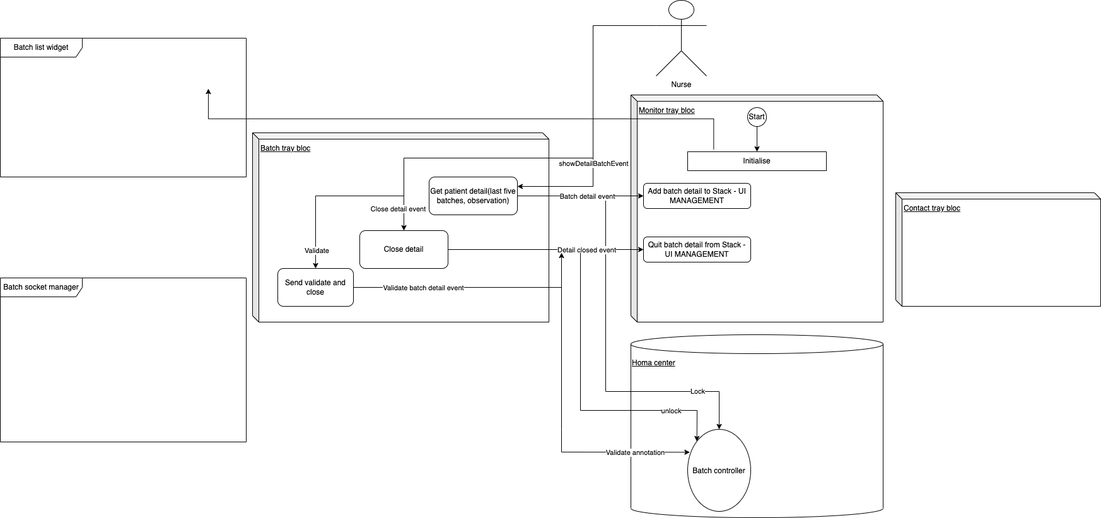
aprilcao221/Digrams keeps this draw.io diagram as images/Untitled Diagram.drawio.png. Above is the earlier version. Source tidied: cells renumbered, new cells last; positions are measured from the earlier drawing's top-left corner, leaving out a move shared by most shapes.
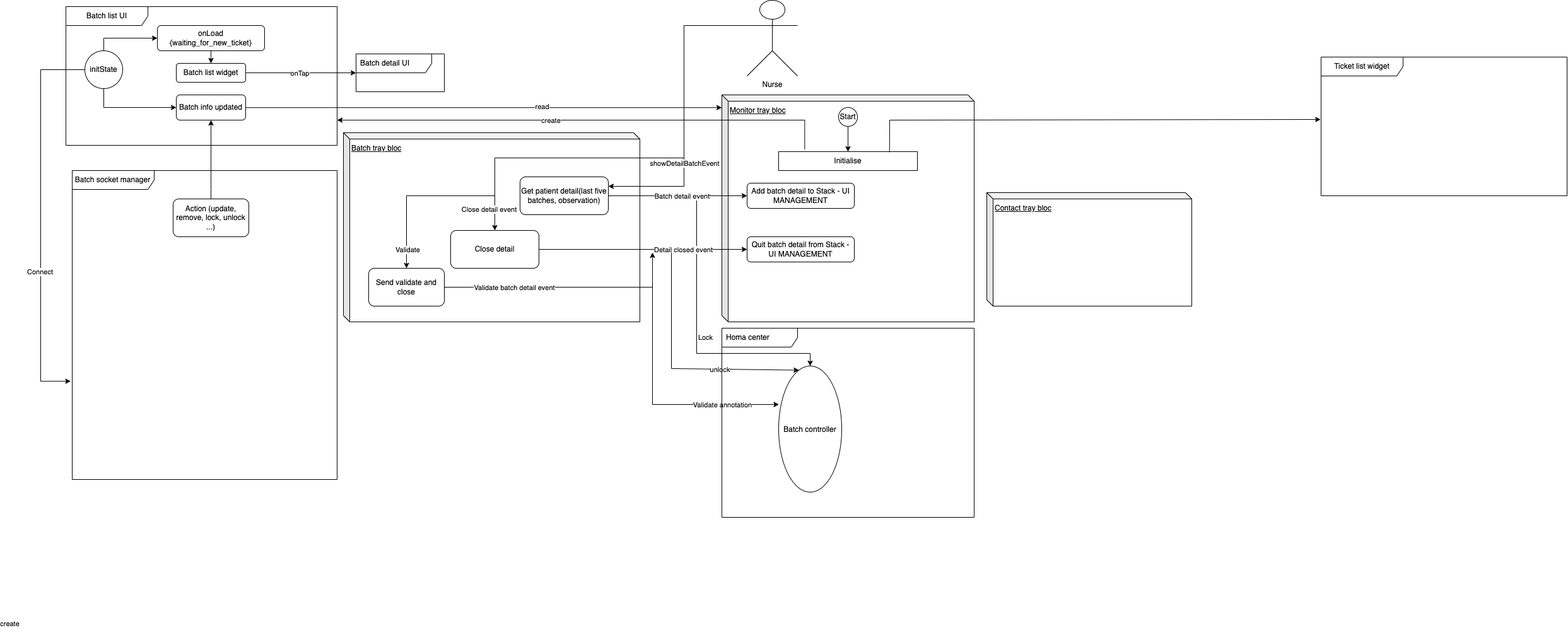
The same file after the commit.

Diff of the diagram source:
```diff
@@ -2,18 +2,33 @@
   <root>
     <mxCell id="0" />
     <mxCell id="1" parent="0" />
+    <mxCell id="10" style="edgeStyle=elbowEdgeStyle;rounded=0;comic=0;jettySize=auto;elbow=vertical;html=1;shadow=0;exitX=0.188;exitY=-0.126;exitDx=0;exitDy=0;exitPerimeter=0;" parent="1" edge="1" source="11" target="31">
+      <mxGeometry relative="1" as="geometry">
+        <Array as="points">
+          <mxPoint x="890" y="190" />
+        </Array>
+      </mxGeometry>
+    </mxCell>
+    <mxCell id="37" value="create" style="edgeLabel;html=1;align=center;verticalAlign=middle;" parent="10" vertex="1">
+      <mxGeometry x="-0.04" y="-2" relative="1" as="geometry">
+        <mxPoint x="-931" y="800" as="offset" />
+      </mxGeometry>
+    </mxCell>
+    <mxCell id="38" value="create" style="edgeLabel;html=1;align=center;verticalAlign=middle;" parent="10" vertex="1">
+      <mxGeometry x="0.14" relative="1" as="geometry" />
+    </mxCell>
     <mxCell id="2" style="endArrow=classic;html=1;entryX=0.5;entryY=0;entryDx=0;entryDy=0;rounded=0;shadow=0;comic=0;enumerate=0;" parent="1" edge="1" target="36">
       <mxGeometry relative="1" as="geometry">
         <mxPoint x="960" y="310" as="sourcePoint" />
         <Array as="points">
-          <mxPoint x="960" y="620" />
-          <mxPoint x="1140" y="620" />
+          <mxPoint x="960" y="560" />
+          <mxPoint x="1140" y="560" />
         </Array>
       </mxGeometry>
     </mxCell>
     <mxCell id="3" value="Lock" style="edgeLabel;html=1;align=center;verticalAlign=middle;" parent="2" vertex="1">
       <mxGeometry x="0.89" y="1" relative="1" as="geometry">
-        <mxPoint x="-36" y="-29" as="offset" />
+        <mxPoint x="-161" y="-25" as="offset" />
       </mxGeometry>
     </mxCell>
     <mxCell id="4" value="&lt;u&gt;Batch tray bloc&lt;/u&gt;" style="shape=cube;whiteSpace=wrap;html=1;boundedLbl=1;backgroundOutline=1;darkOpacity=0.05;darkOpacity2=0.1;size=10;align=left;verticalAlign=top;fillColor=none;gradientColor=none;" parent="1" vertex="1">
@@ -41,9 +56,6 @@
     <mxCell id="9" value="Monitor tray bloc" style="shape=cube;whiteSpace=wrap;html=1;boundedLbl=1;backgroundOutline=1;darkOpacity=0.05;darkOpacity2=0.1;fillColor=none;gradientColor=none;verticalAlign=top;align=left;fontStyle=4;size=10;" parent="1" vertex="1">
       <mxGeometry x="1000" y="150" width="400" height="360" as="geometry" />
     </mxCell>
-    <mxCell id="10" style="edgeStyle=elbowEdgeStyle;rounded=0;comic=0;jettySize=auto;elbow=vertical;html=1;entryX=0.846;entryY=0.364;entryDx=0;entryDy=0;entryPerimeter=0;shadow=0;exitX=0.188;exitY=-0.126;exitDx=0;exitDy=0;exitPerimeter=0;" parent="1" edge="1" source="11" target="31">
-      <mxGeometry relative="1" as="geometry" />
-    </mxCell>
     <mxCell id="11" value="Initialise" style="rounded=0;whiteSpace=wrap;html=1;fillColor=none;gradientColor=none;" parent="1" vertex="1">
       <mxGeometry x="1090" y="240" width="220" height="30" as="geometry" />
     </mxCell>
@@ -56,10 +68,10 @@
       <mxGeometry x="1185" y="170" width="30" height="30" as="geometry" />
     </mxCell>
     <mxCell id="14" value="Add batch detail to Stack - UI MANAGEMENT" style="rounded=1;whiteSpace=wrap;html=1;" parent="1" vertex="1">
-      <mxGeometry x="1020" y="290" width="170" height="40" as="geometry" />
+      <mxGeometry x="1040" y="290" width="170" height="40" as="geometry" />
     </mxCell>
     <mxCell id="15" value="Quit batch detail from Stack - UI MANAGEMENT" style="rounded=1;whiteSpace=wrap;html=1;" parent="1" vertex="1">
-      <mxGeometry x="1020" y="375" width="170" height="40" as="geometry" />
+      <mxGeometry x="1040" y="375" width="170" height="40" as="geometry" />
     </mxCell>
     <mxCell id="16" style="edgeStyle=orthogonalEdgeStyle;rounded=0;jettySize=auto;html=1;entryX=0;entryY=0.5;entryDx=0;entryDy=0;" parent="1" edge="1" source="18" target="14">
       <mxGeometry relative="1" as="geometry" />
@@ -83,9 +95,6 @@
     <mxCell id="21" value="Close detail" style="rounded=1;whiteSpace=wrap;html=1;fillColor=none;gradientColor=none;" parent="1" vertex="1">
       <mxGeometry x="570" y="365" width="140" height="60" as="geometry" />
     </mxCell>
-    <mxCell id="22" value="&lt;u&gt;Homa center&lt;/u&gt;" style="shape=cylinder3;whiteSpace=wrap;html=1;boundedLbl=1;backgroundOutline=1;size=15;fillColor=none;gradientColor=none;verticalAlign=top;align=left;" parent="1" vertex="1">
-      <mxGeometry x="1000" y="530" width="400" height="290" as="geometry" />
-    </mxCell>
     <mxCell id="23" style="endArrow=classic;html=1;rounded=0;entryX=0.5;entryY=0;entryDx=0;entryDy=0;" parent="1" edge="1" target="21">
       <mxGeometry relative="1" as="geometry">
         <mxPoint x="940" y="250" as="sourcePoint" />
@@ -127,41 +136,119 @@
       <mxGeometry x="0.77" y="1" relative="1" as="geometry" />
     </mxCell>
     <mxCell id="30" value="Batch socket manager" style="shape=umlFrame;whiteSpace=wrap;html=1;fillColor=none;gradientColor=none;width=130;height=30;" parent="1" vertex="1">
-      <mxGeometry y="440" width="390" height="260" as="geometry" />
+      <mxGeometry x="-30" y="270" width="420" height="490" as="geometry" />
     </mxCell>
-    <mxCell id="31" value="Batch list widget" style="shape=umlFrame;whiteSpace=wrap;html=1;fillColor=none;gradientColor=none;width=130;height=30;" parent="1" vertex="1">
-      <mxGeometry y="60" width="390" height="220" as="geometry" />
+    <mxCell id="31" value="Batch list UI" style="shape=umlFrame;whiteSpace=wrap;html=1;fillColor=none;gradientColor=none;width=130;height=30;" parent="1" vertex="1">
+      <mxGeometry x="-40" y="10" width="430" height="220" as="geometry" />
     </mxCell>
-    <mxCell id="32" style="endArrow=classic;html=1;rounded=0;shadow=0;comic=0;elbow=vertical;entryX=0;entryY=0;entryDx=0;entryDy=0;" parent="1" edge="1" target="36">
+    <mxCell id="32" style="endArrow=classic;html=1;rounded=0;shadow=0;comic=0;elbow=vertical;entryX=0.323;entryY=0.033;entryDx=0;entryDy=0;entryPerimeter=0;" parent="1" edge="1" target="36">
       <mxGeometry relative="1" as="geometry">
         <mxPoint x="920" y="400" as="sourcePoint" />
         <Array as="points">
-          <mxPoint x="920" y="650" />
-          <mxPoint x="1105" y="650" />
+          <mxPoint x="920" y="584" />
         </Array>
       </mxGeometry>
     </mxCell>
     <mxCell id="33" value="unlock" style="edgeLabel;html=1;align=center;verticalAlign=middle;" parent="32" vertex="1">
       <mxGeometry x="0.62" y="-1" relative="1" as="geometry">
-        <mxPoint x="1" y="-1" as="offset" />
+        <mxPoint x="-53" y="-1" as="offset" />
       </mxGeometry>
     </mxCell>
-    <mxCell id="34" style="endArrow=classic;html=1;rounded=0;shadow=0;comic=0;elbow=vertical;entryX=0.035;entryY=0.279;entryDx=0;entryDy=0;entryPerimeter=0;" parent="1" edge="1" target="36">
+    <mxCell id="34" style="endArrow=classic;html=1;rounded=0;shadow=0;comic=0;elbow=vertical;entryX=0.005;entryY=0.305;entryDx=0;entryDy=0;entryPerimeter=0;" parent="1" edge="1" target="36">
       <mxGeometry relative="1" as="geometry">
         <mxPoint x="890" y="450" as="sourcePoint" />
         <Array as="points">
-          <mxPoint x="890" y="680" />
-          <mxPoint x="890" y="716" />
+          <mxPoint x="890" y="641" />
         </Array>
       </mxGeometry>
     </mxCell>
     <mxCell id="35" value="Validate annotation" style="edgeLabel;html=1;align=center;verticalAlign=middle;" parent="34" vertex="1">
       <mxGeometry x="0.35" y="3" relative="1" as="geometry">
-        <mxPoint x="65" y="3" as="offset" />
+        <mxPoint x="37" y="3" as="offset" />
       </mxGeometry>
     </mxCell>
     <mxCell id="36" value="Batch controller" style="ellipse;fillColor=#ffffff;strokeColor=#000000;" parent="1" vertex="1">
-      <mxGeometry x="1090" y="680" width="100" height="130" as="geometry" />
+      <mxGeometry x="1090" y="580" width="100" height="200" as="geometry" />
     </mxCell>
+    <mxCell id="39" value="Ticket list widget" style="shape=umlFrame;whiteSpace=wrap;html=1;fillColor=none;gradientColor=none;width=130;height=30;" parent="1" vertex="1">
+      <mxGeometry x="1950" y="90" width="390" height="220" as="geometry" />
+    </mxCell>
+    <mxCell id="40" style="endArrow=classic;html=1;rounded=0;shadow=0;comic=0;elbow=vertical;exitX=0.799;exitY=0.025;exitDx=0;exitDy=0;exitPerimeter=0;entryX=-0.002;entryY=0.45;entryDx=0;entryDy=0;entryPerimeter=0;" parent="1" edge="1" source="11" target="39">
+      <mxGeometry relative="1" as="geometry">
+        <Array as="points">
+          <mxPoint x="1266" y="190" />
+        </Array>
+      </mxGeometry>
+    </mxCell>
+    <mxCell id="41" style="edgeStyle=elbowEdgeStyle;rounded=0;comic=0;jettySize=auto;elbow=horizontal;html=1;shadow=0;entryX=-0.006;entryY=0.682;entryDx=0;entryDy=0;entryPerimeter=0;" parent="1" edge="1" source="44" target="30">
+      <mxGeometry relative="1" as="geometry">
+        <Array as="points">
+          <mxPoint x="-80" y="330" />
+          <mxPoint x="-80" y="290" />
+        </Array>
+      </mxGeometry>
+    </mxCell>
+    <mxCell id="42" value="Connect" style="edgeLabel;html=1;align=center;verticalAlign=middle;" parent="41" vertex="1">
+      <mxGeometry x="0.28" y="-2" relative="1" as="geometry" />
+    </mxCell>
+    <mxCell id="43" style="edgeStyle=elbowEdgeStyle;rounded=0;comic=0;jettySize=auto;elbow=vertical;html=1;shadow=0;exitX=0.5;exitY=0;exitDx=0;exitDy=0;" parent="1" edge="1" source="44" target="46">
+      <mxGeometry relative="1" as="geometry">
+        <Array as="points">
+          <mxPoint x="20" y="60" />
+        </Array>
+      </mxGeometry>
+    </mxCell>
+    <mxCell id="44" value="initState" style="ellipse;whiteSpace=wrap;html=1;fillColor=none;gradientColor=none;" parent="1" vertex="1">
+      <mxGeometry x="-10" y="80" width="60" height="60" as="geometry" />
+    </mxCell>
+    <mxCell id="45" style="edgeStyle=elbowEdgeStyle;rounded=0;comic=0;jettySize=auto;elbow=vertical;html=1;shadow=0;" parent="1" edge="1" source="46" target="49">
+      <mxGeometry relative="1" as="geometry" />
+    </mxCell>
+    <mxCell id="46" value="onLoad&lt;br&gt;{waiting_for_new_ticket}" style="rounded=1;whiteSpace=wrap;html=1;fillColor=none;gradientColor=none;" parent="1" vertex="1">
+      <mxGeometry x="105" y="40" width="170" height="40" as="geometry" />
+    </mxCell>
+    <mxCell id="47" style="edgeStyle=elbowEdgeStyle;rounded=0;comic=0;jettySize=auto;elbow=horizontal;html=1;shadow=0;" parent="1" edge="1" source="49" target="50">
+      <mxGeometry relative="1" as="geometry" />
+    </mxCell>
+    <mxCell id="48" value="onTap" style="edgeLabel;html=1;align=center;verticalAlign=middle;" parent="47" vertex="1">
+      <mxGeometry x="-0.3" relative="1" as="geometry">
+        <mxPoint x="24" as="offset" />
+      </mxGeometry>
+    </mxCell>
+    <mxCell id="49" value="Batch list widget" style="whiteSpace=wrap;html=1;fillColor=none;rounded=1;gradientColor=none;" parent="1" vertex="1">
+      <mxGeometry x="135" y="100" width="110" height="30" as="geometry" />
+    </mxCell>
+    <mxCell id="50" value="&lt;span style=&quot;&quot;&gt;Batch detail UI&lt;/span&gt;" style="shape=umlFrame;whiteSpace=wrap;html=1;width=120;height=30;boundedLbl=1;verticalAlign=middle;align=left;spacingLeft=5;fillColor=none;gradientColor=none;" parent="1" vertex="1">
+      <mxGeometry x="420" y="85" width="140" height="60" as="geometry" />
+    </mxCell>
+    <mxCell id="51" style="edgeStyle=elbowEdgeStyle;rounded=0;comic=0;jettySize=auto;elbow=vertical;html=1;entryX=0.5;entryY=1;entryDx=0;entryDy=0;shadow=0;exitX=0.5;exitY=0;exitDx=0;exitDy=0;" parent="1" edge="1" source="52" target="55">
+      <mxGeometry relative="1" as="geometry">
+        <Array as="points">
+          <mxPoint x="220" y="300" />
+        </Array>
+      </mxGeometry>
+    </mxCell>
+    <mxCell id="52" value="&lt;span style=&quot;&quot;&gt;Action (update, remove, lock, unlock ...)&lt;/span&gt;" style="rounded=1;whiteSpace=wrap;html=1;" parent="1" vertex="1">
+      <mxGeometry x="130" y="315" width="120" height="60" as="geometry" />
+    </mxCell>
+    <mxCell id="53" style="edgeStyle=elbowEdgeStyle;rounded=0;comic=0;jettySize=auto;elbow=vertical;html=1;shadow=0;" parent="1" edge="1" source="55" target="9">
+      <mxGeometry relative="1" as="geometry" />
+    </mxCell>
+    <mxCell id="54" value="read" style="edgeLabel;html=1;align=center;verticalAlign=middle;" parent="53" vertex="1">
+      <mxGeometry x="0.24" y="2" relative="1" as="geometry" />
+    </mxCell>
+    <mxCell id="55" value="Batch info updated" style="rounded=1;whiteSpace=wrap;html=1;fillColor=none;gradientColor=none;" parent="1" vertex="1">
+      <mxGeometry x="135" y="150" width="110" height="40" as="geometry" />
+    </mxCell>
+    <mxCell id="56" style="endArrow=classic;html=1;rounded=0;shadow=0;comic=0;elbow=vertical;exitX=0.5;exitY=1;exitDx=0;exitDy=0;entryX=0;entryY=0.5;entryDx=0;entryDy=0;" parent="1" edge="1" source="44" target="55">
+      <mxGeometry relative="1" as="geometry">
+        <Array as="points">
+          <mxPoint x="20" y="170" />
+        </Array>
+      </mxGeometry>
+    </mxCell>
+    <mxCell id="22" value="Homa center" style="shape=umlFrame;whiteSpace=wrap;html=1;width=120;height=30;boundedLbl=1;verticalAlign=middle;align=left;spacingLeft=5;fillColor=none;gradientColor=none;" parent="1" vertex="1">
+      <mxGeometry x="1000" y="520" width="400" height="300" as="geometry" />
+    </mxCell>
   </root>
 </mxGraphModel>
```
